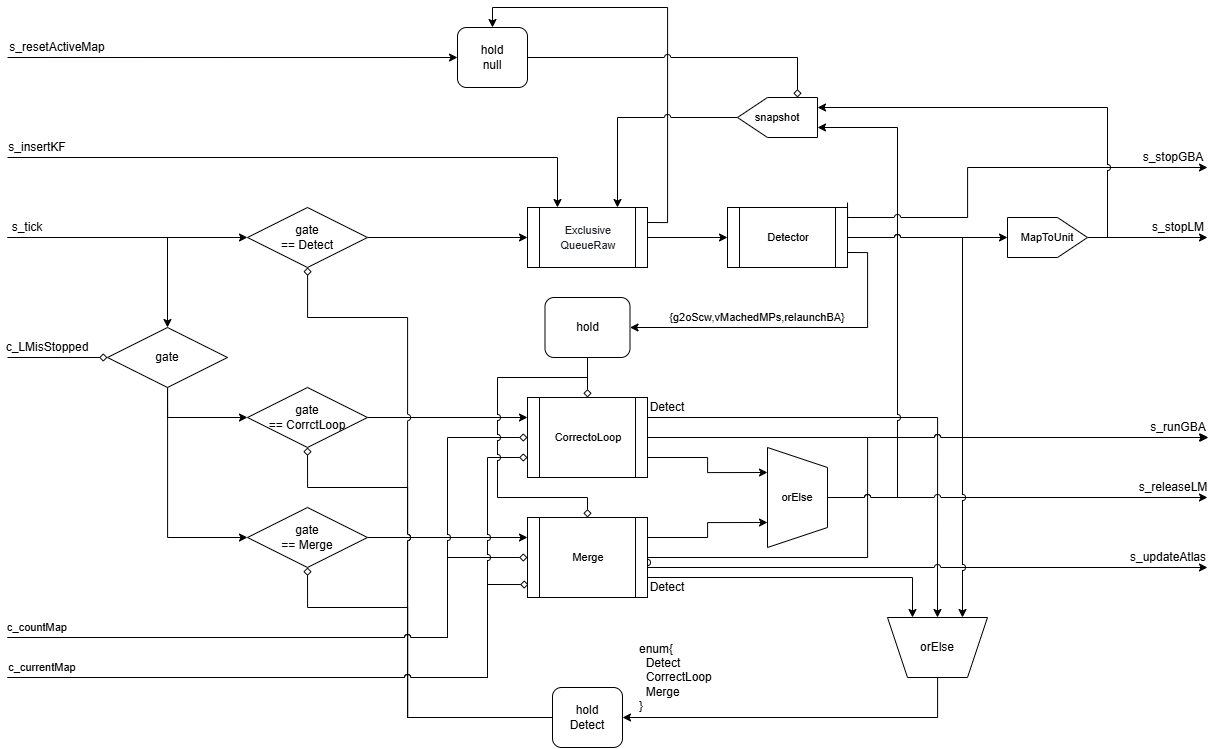
suzuki-taro-unofficial/ORB-SLAM3-decoding keeps this draw.io diagram as images/LoopClosingFRP.png. Above is the earlier version. Source tidied: cells renumbered, new cells last; positions are measured from the earlier drawing's top-left corner, leaving out a move shared by most shapes.
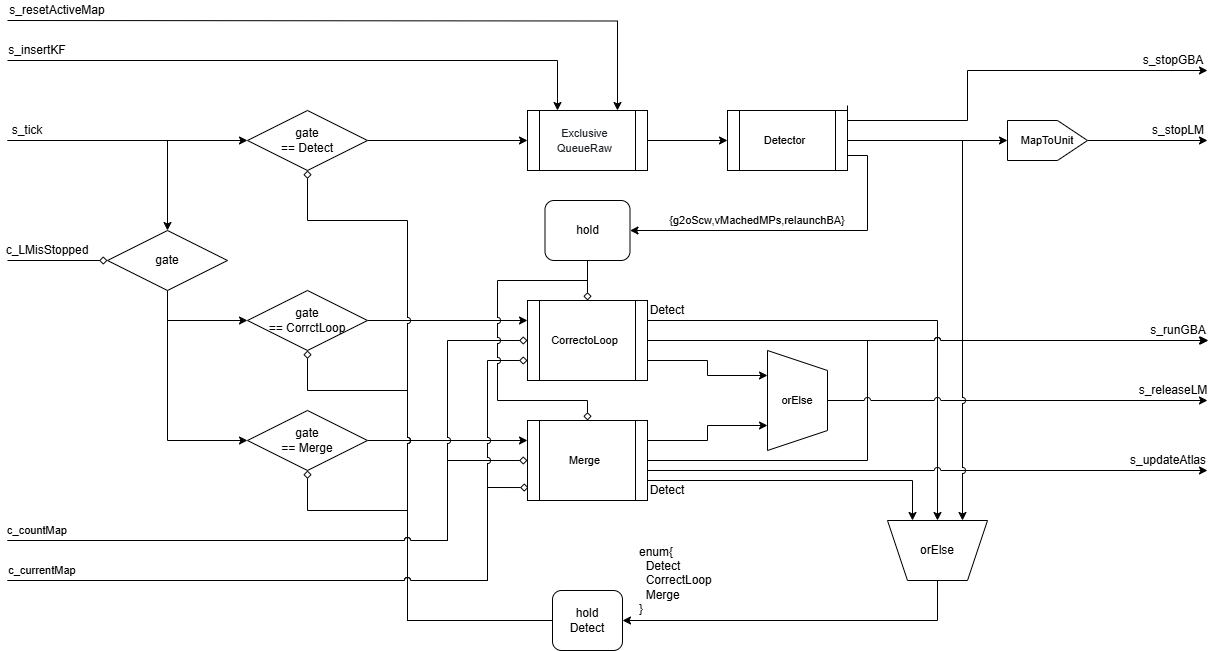
The same diagram one commit later.

What changed in the source:
```diff
@@ -20,9 +20,6 @@
     <mxCell id="7" value="gate&lt;div&gt;== Merge&lt;/div&gt;" style="rhombus;whiteSpace=wrap;html=1;" parent="1" vertex="1">
       <mxGeometry x="240" y="480" width="120" height="60" as="geometry" />
     </mxCell>
-    <mxCell id="8" style="edgeStyle=orthogonalEdgeStyle;shape=connector;rounded=0;jumpStyle=arc;jettySize=auto;html=1;exitX=1;exitY=0.25;exitDx=0;exitDy=0;entryX=0.5;entryY=0;entryDx=0;entryDy=0;strokeColor=default;align=center;verticalAlign=middle;fontFamily=Helvetica;fontSize=11;fontColor=default;labelBackgroundColor=default;endArrow=classic;" parent="1" edge="1" source="10" target="61">
-      <mxGeometry relative="1" as="geometry" />
-    </mxCell>
     <mxCell id="9" style="edgeStyle=orthogonalEdgeStyle;shape=connector;rounded=0;jumpStyle=arc;jettySize=auto;html=1;entryX=0;entryY=0.5;entryDx=0;entryDy=0;strokeColor=default;align=center;verticalAlign=middle;fontFamily=Helvetica;fontSize=11;fontColor=default;labelBackgroundColor=default;endArrow=classic;" parent="1" edge="1" source="10" target="70">
       <mxGeometry relative="1" as="geometry" />
     </mxCell>
@@ -123,15 +120,6 @@
         <mxPoint x="1200" y="470" as="targetPoint" />
       </mxGeometry>
     </mxCell>
-    <mxCell id="29" style="edgeStyle=none;shape=connector;rounded=0;jumpStyle=arc;jettySize=auto;html=1;entryX=0.75;entryY=0;entryDx=0;entryDy=0;strokeColor=default;align=center;verticalAlign=middle;fontFamily=Helvetica;fontSize=11;fontColor=default;labelBackgroundColor=default;endArrow=classic;" parent="1" edge="1" source="30" target="60">
-      <mxGeometry relative="1" as="geometry">
-        <Array as="points">
-          <mxPoint x="890" y="470" />
-          <mxPoint x="890" y="450" />
-          <mxPoint x="890" y="100" />
-        </Array>
-      </mxGeometry>
-    </mxCell>
     <mxCell id="30" value="orElse" style="shape=trapezoid;perimeter=trapezoidPerimeter;whiteSpace=wrap;html=1;fixedSize=1;fontFamily=Helvetica;fontSize=11;fontColor=default;labelBackgroundColor=default;direction=south;" parent="1" vertex="1">
       <mxGeometry x="760" y="420" width="60" height="100" as="geometry" />
     </mxCell>
@@ -151,14 +139,6 @@
         </Array>
       </mxGeometry>
     </mxCell>
-    <mxCell id="33" style="edgeStyle=none;shape=connector;rounded=0;jumpStyle=arc;jettySize=auto;html=1;entryX=0.25;entryY=0;entryDx=0;entryDy=0;strokeColor=default;align=center;verticalAlign=middle;fontFamily=Helvetica;fontSize=11;fontColor=default;labelBackgroundColor=default;endArrow=classic;" parent="1" edge="1" target="60">
-      <mxGeometry relative="1" as="geometry">
-        <mxPoint x="1100" y="210" as="sourcePoint" />
-        <Array as="points">
-          <mxPoint x="1100" y="80" />
-        </Array>
-      </mxGeometry>
-    </mxCell>
     <mxCell id="34" value="MapToUnit" style="shape=offPageConnector;whiteSpace=wrap;html=1;fontFamily=Helvetica;fontSize=11;fontColor=default;labelBackgroundColor=default;direction=north;" parent="1" vertex="1">
       <mxGeometry x="1000" y="190" width="80" height="40" as="geometry" />
     </mxCell>
@@ -237,7 +217,7 @@
       <mxGeometry y="110" width="60" height="20" as="geometry" />
     </mxCell>
     <mxCell id="51" value="s_resetActiveMap" style="text;html=1;align=center;verticalAlign=middle;whiteSpace=wrap;rounded=0;" parent="1" vertex="1">
-      <mxGeometry y="10" width="100" height="20" as="geometry" />
+      <mxGeometry y="70" width="100" height="20" as="geometry" />
     </mxCell>
     <mxCell id="52" style="endArrow=diamond;html=1;rounded=0;entryX=0;entryY=0.5;entryDx=0;entryDy=0;jumpStyle=arc;endFill=0;" parent="1" edge="1" target="22">
       <mxGeometry relative="1" as="geometry">
@@ -281,27 +261,6 @@
     <mxCell id="57" value="c_currentMap" style="text;html=1;align=center;verticalAlign=middle;whiteSpace=wrap;rounded=0;fontFamily=Helvetica;fontSize=11;fontColor=default;labelBackgroundColor=default;" parent="1" vertex="1">
       <mxGeometry y="630" width="70" height="20" as="geometry" />
     </mxCell>
-    <mxCell id="58" style="edgeStyle=none;shape=connector;rounded=0;jumpStyle=arc;jettySize=auto;html=1;entryX=0;entryY=0.25;entryDx=0;entryDy=0;strokeColor=default;align=center;verticalAlign=middle;fontFamily=Helvetica;fontSize=11;fontColor=default;labelBackgroundColor=default;endArrow=diamond;endFill=0;exitX=1;exitY=0.5;exitDx=0;exitDy=0;" parent="1" edge="1" source="61" target="60">
-      <mxGeometry relative="1" as="geometry">
-        <Array as="points">
-          <mxPoint x="790" y="30" />
-        </Array>
-      </mxGeometry>
-    </mxCell>
-    <mxCell id="59" style="edgeStyle=none;shape=connector;rounded=0;jumpStyle=arc;jettySize=auto;html=1;exitX=0.5;exitY=1;exitDx=0;exitDy=0;entryX=0.75;entryY=0;entryDx=0;entryDy=0;strokeColor=default;align=center;verticalAlign=middle;fontFamily=Helvetica;fontSize=11;fontColor=default;labelBackgroundColor=default;endArrow=classic;" parent="1" edge="1" source="60">
-      <mxGeometry relative="1" as="geometry">
-        <mxPoint x="610" y="180" as="targetPoint" />
-        <Array as="points">
-          <mxPoint x="610" y="90" />
-        </Array>
-      </mxGeometry>
-    </mxCell>
-    <mxCell id="60" value="snapshot" style="shape=offPageConnector;whiteSpace=wrap;html=1;fontFamily=Helvetica;fontSize=11;fontColor=default;labelBackgroundColor=default;direction=south;" parent="1" vertex="1">
-      <mxGeometry x="730" y="70" width="80" height="40" as="geometry" />
-    </mxCell>
-    <mxCell id="61" value="hold&lt;div&gt;null&lt;/div&gt;" style="rounded=1;whiteSpace=wrap;html=1;" parent="1" vertex="1">
-      <mxGeometry x="450" width="70" height="60" as="geometry" />
-    </mxCell>
     <mxCell id="62" style="edgeStyle=none;shape=connector;rounded=0;jumpStyle=arc;jettySize=auto;html=1;exitX=0.5;exitY=1;exitDx=0;exitDy=0;entryX=0.5;entryY=0;entryDx=0;entryDy=0;strokeColor=default;align=center;verticalAlign=middle;fontFamily=Helvetica;fontSize=11;fontColor=default;labelBackgroundColor=default;endArrow=diamond;endFill=0;" parent="1" edge="1" source="64" target="22">
       <mxGeometry relative="1" as="geometry" />
     </mxCell>
@@ -321,9 +280,9 @@
     <mxCell id="65" value="{g2oScw,vMachedMPs,relaunchBA}" style="text;html=1;align=center;verticalAlign=middle;whiteSpace=wrap;rounded=0;fontFamily=Helvetica;fontSize=11;fontColor=default;labelBackgroundColor=default;" parent="1" vertex="1">
       <mxGeometry x="660" y="280" width="180" height="20" as="geometry" />
     </mxCell>
-    <mxCell id="66" style="endArrow=classic;html=1;rounded=0;strokeColor=default;align=center;verticalAlign=middle;fontFamily=Helvetica;fontSize=11;fontColor=default;labelBackgroundColor=default;edgeStyle=orthogonalEdgeStyle;jumpStyle=arc;entryX=0;entryY=0.5;entryDx=0;entryDy=0;" parent="1" edge="1" target="61">
+    <mxCell id="66" style="endArrow=classic;html=1;rounded=0;strokeColor=default;align=center;verticalAlign=middle;fontFamily=Helvetica;fontSize=11;fontColor=default;labelBackgroundColor=default;edgeStyle=orthogonalEdgeStyle;jumpStyle=arc;entryX=0.75;entryY=0;entryDx=0;entryDy=0;" parent="1" edge="1" target="10">
       <mxGeometry relative="1" as="geometry">
-        <mxPoint y="30" as="sourcePoint" />
+        <mxPoint y="90" as="sourcePoint" />
       </mxGeometry>
     </mxCell>
     <mxCell id="67" style="edgeStyle=orthogonalEdgeStyle;shape=connector;rounded=0;jumpStyle=arc;jettySize=auto;html=1;exitX=1;exitY=0.5;exitDx=0;exitDy=0;entryX=0.25;entryY=1;entryDx=0;entryDy=0;strokeColor=default;align=center;verticalAlign=middle;fontFamily=Helvetica;fontSize=11;fontColor=default;labelBackgroundColor=default;endArrow=classic;" parent="1" edge="1" source="70" target="36">
```
